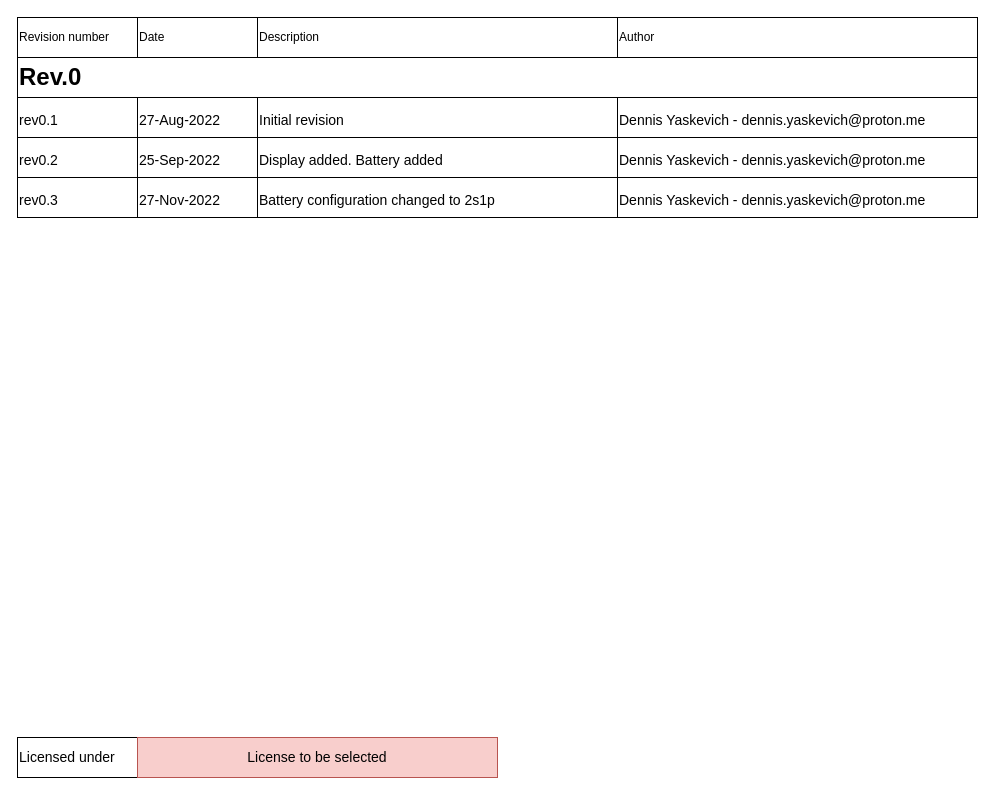
Above: page "Revision history" (2 of 2) of Electronics/2_Block-diagramm/Flexi-TEER_diagramm.drawio in mdanderson03/Flexi-TEER (draw.io), before the change. Source tidied: cells renumbered, new cells numbered last; positions are measured from the earlier drawing's top-left corner, leaving out a move shared by most shapes. Both pictures are drawn from the tidied source at 100%, with x=0, y=0 at pixel (17, 17).
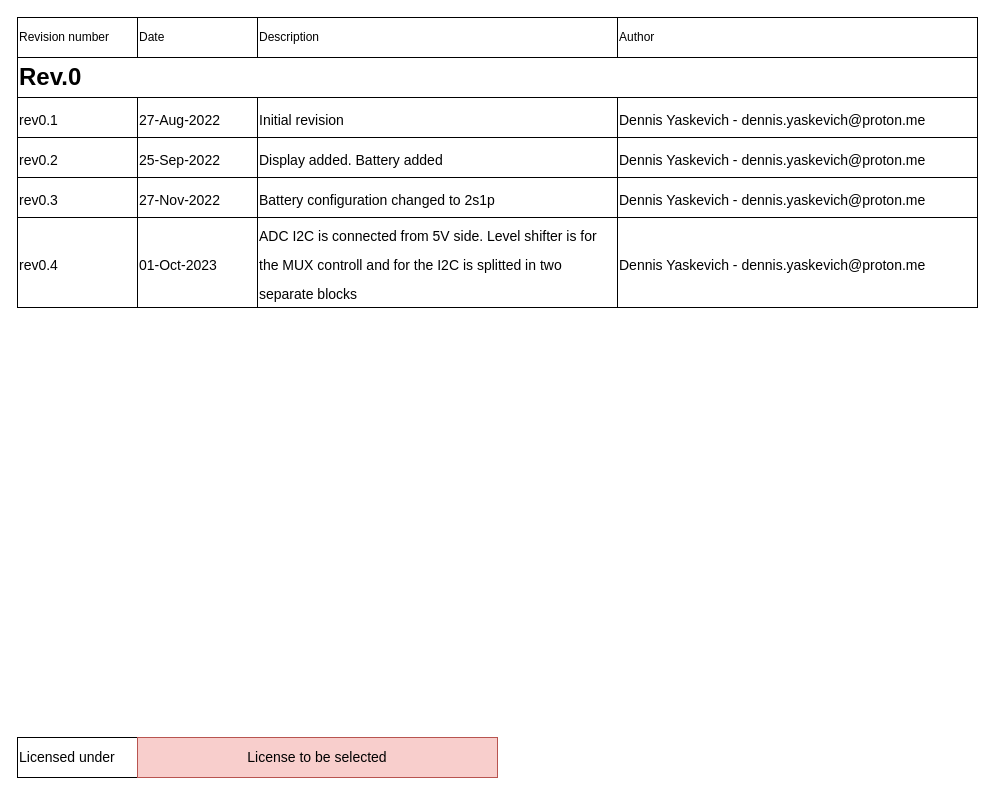
The same page after the edit.

Diff of the diagram source:
```diff
@@
+    <mxCell id="21" value="&lt;h1&gt;&lt;span style=&quot;background-color: initial; font-size: 14px; font-weight: normal;&quot;&gt;rev0.4&lt;/span&gt;&lt;/h1&gt;" style="rounded=0;whiteSpace=wrap;html=1;align=left;" parent="1" vertex="1">
+      <mxGeometry y="200" width="120" height="90" as="geometry" />
+    </mxCell>
+    <mxCell id="22" value="&lt;h1 style=&quot;text-align: center;&quot;&gt;&lt;span style=&quot;font-size: 14px; font-weight: 400; background-color: initial;&quot;&gt;01-Oct-2023&lt;/span&gt;&lt;br&gt;&lt;/h1&gt;" style="rounded=0;whiteSpace=wrap;html=1;align=left;" parent="1" vertex="1">
+      <mxGeometry x="120" y="200" width="120" height="90" as="geometry" />
+    </mxCell>
+    <mxCell id="23" value="&lt;h1&gt;&lt;span style=&quot;font-size: 14px; font-weight: 400;&quot;&gt;ADC I2C is connected from 5V side. Level shifter is for the MUX controll and for the I2C is splitted in two separate blocks&lt;/span&gt;&lt;/h1&gt;" style="rounded=0;whiteSpace=wrap;html=1;align=left;" parent="1" vertex="1">
+      <mxGeometry x="240" y="200" width="360" height="90" as="geometry" />
+    </mxCell>
+    <mxCell id="24" value="&lt;h1&gt;&lt;span style=&quot;background-color: initial; font-size: 14px; font-weight: normal;&quot;&gt;Dennis Yaskevich - dennis.yaskevich@proton.me&lt;br&gt;&lt;/span&gt;&lt;/h1&gt;" style="rounded=0;whiteSpace=wrap;html=1;align=left;" parent="1" vertex="1">
+      <mxGeometry x="600" y="200" width="360" height="90" as="geometry" />
+    </mxCell>
```
